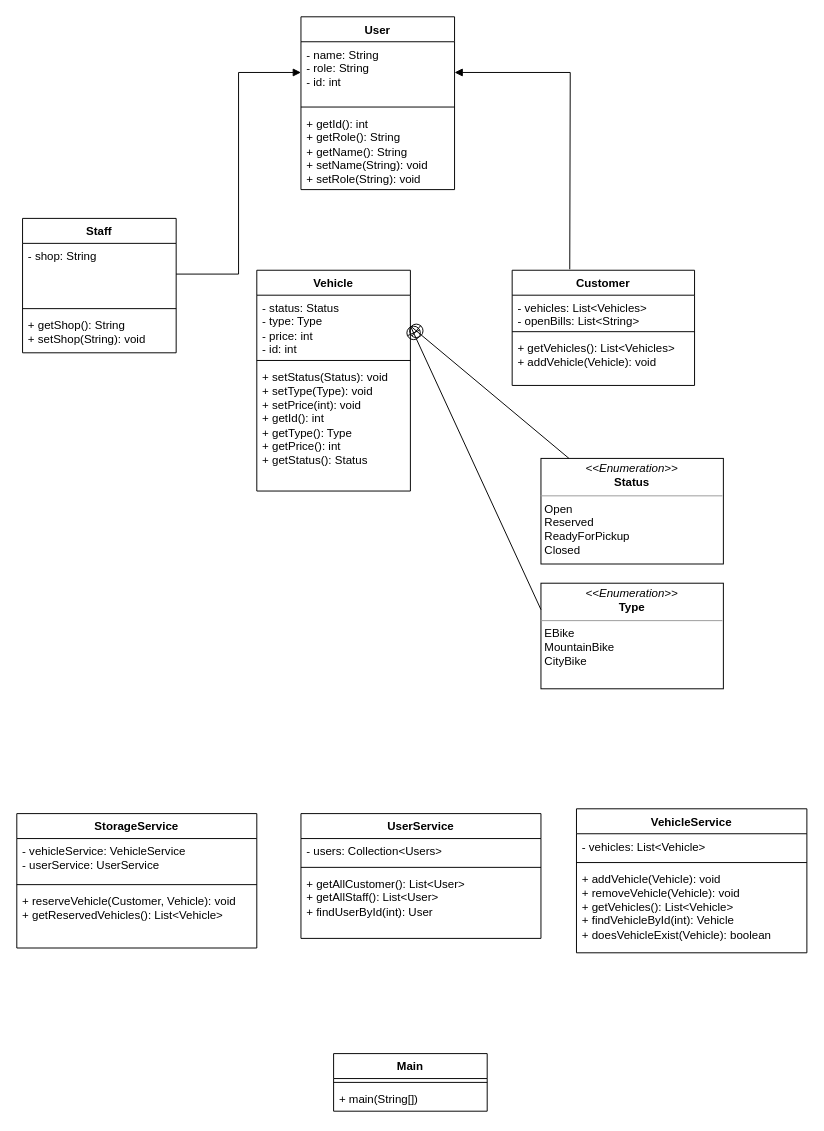
Above: JuventusVeloShop.drawio in flaver12/Juventus_VeloShop (draw.io), before the change. Source tidied: cells renumbered, new cells numbered last; positions are measured from the earlier drawing's top-left corner, leaving out a move shared by most shapes. Both pictures are drawn from the tidied source at 96%, with x=0, y=0 at pixel (16, 16).
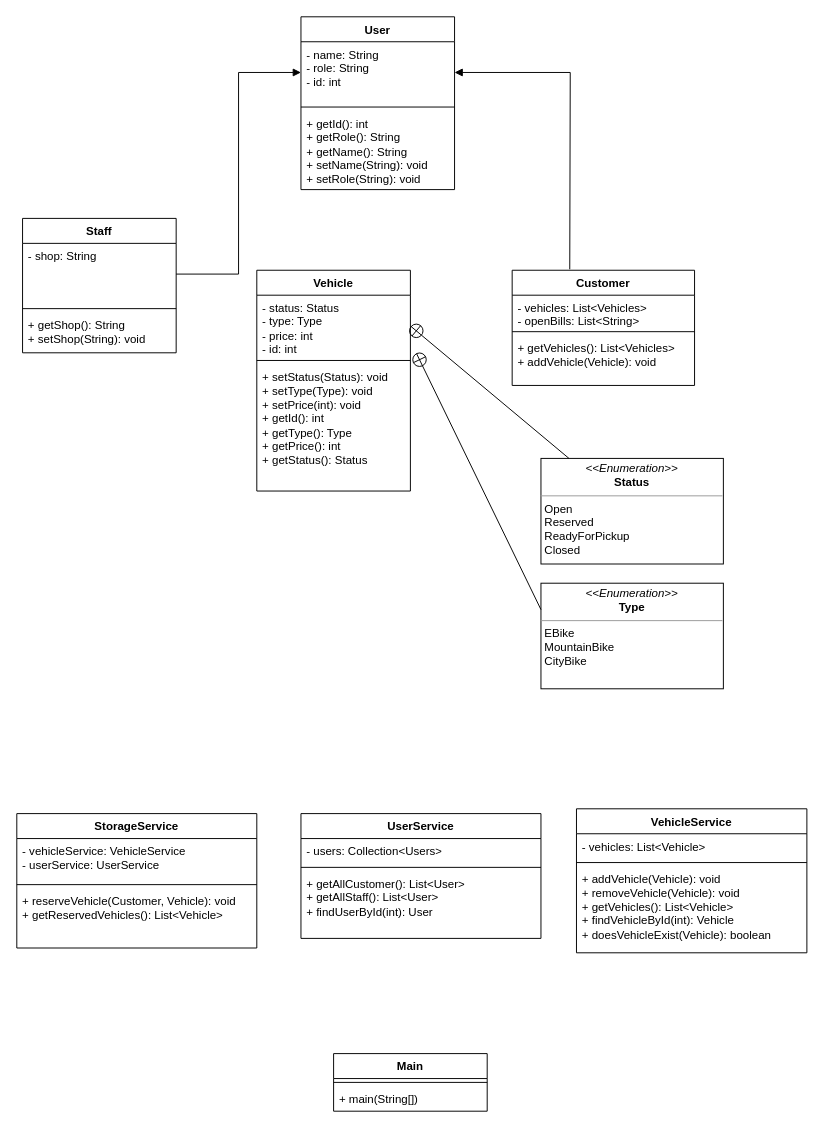
The same diagram, later.

The change refers to these unchanged cells:
```xml
<mxCell id="17" value="- status: Status&lt;br&gt;- type: Type&lt;br&gt;- price: int&lt;br&gt;- id: int" style="text;strokeColor=none;fillColor=none;align=left;verticalAlign=top;spacingLeft=4;spacingRight=4;overflow=hidden;points=[[0,0.5],[1,0.5]];portConstraint=eastwest;whiteSpace=wrap;html=1;" parent="16" vertex="1">
  <mxGeometry y="26" width="160" height="64" as="geometry" />
</mxCell>
<mxCell id="22" value="&lt;p style=&quot;margin:0px;margin-top:4px;text-align:center;&quot;&gt;&lt;i&gt;&amp;lt;&amp;lt;Enumeration&amp;gt;&amp;gt;&lt;/i&gt;&lt;br&gt;&lt;b&gt;Type&lt;/b&gt;&lt;/p&gt;&lt;hr size=&quot;1&quot;&gt;&lt;p style=&quot;margin:0px;margin-left:4px;&quot;&gt;EBike&lt;/p&gt;&lt;p style=&quot;margin:0px;margin-left:4px;&quot;&gt;MountainBike&lt;/p&gt;&lt;p style=&quot;margin:0px;margin-left:4px;&quot;&gt;CityBike&lt;/p&gt;" style="verticalAlign=top;align=left;overflow=fill;fontSize=12;fontFamily=Helvetica;html=1;whiteSpace=wrap;" parent="1" vertex="1">
  <mxGeometry x="546" y="590" width="190" height="110" as="geometry" />
</mxCell>
```

What changed in the source:
```diff
@@
-    <mxCell id="23" style="endArrow=none;startArrow=circlePlus;endFill=0;startFill=0;endSize=8;html=1;rounded=0;exitX=1;exitY=0.5;exitDx=0;exitDy=0;strokeColor=default;entryX=0;entryY=0.25;entryDx=0;entryDy=0;" parent="1" edge="1" source="17" target="22">
-      <mxGeometry relative="1" as="geometry" />
+    <mxCell id="23" style="endArrow=none;startArrow=circlePlus;endFill=0;startFill=0;endSize=8;html=1;rounded=0;strokeColor=default;entryX=0;entryY=0.25;entryDx=0;entryDy=0;" parent="1" edge="1" target="22">
+      <mxGeometry relative="1" as="geometry">
+        <mxPoint x="416" y="350" as="sourcePoint" />
+      </mxGeometry>
     </mxCell>
```
